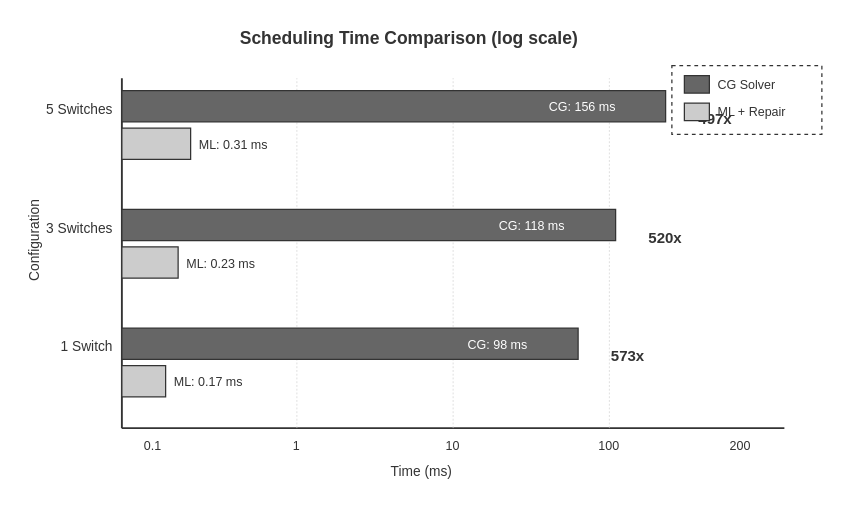
r11525125/- keeps this draw.io diagram as time_comparison.drawio. Above is the earlier version. Source tidied: cells renumbered, new cells numbered last; positions are measured from the earlier drawing's top-left corner, leaving out a move shared by most shapes. Both pictures are drawn from the tidied source at 125%, with x=0, y=0 at pixel (-16, 21).
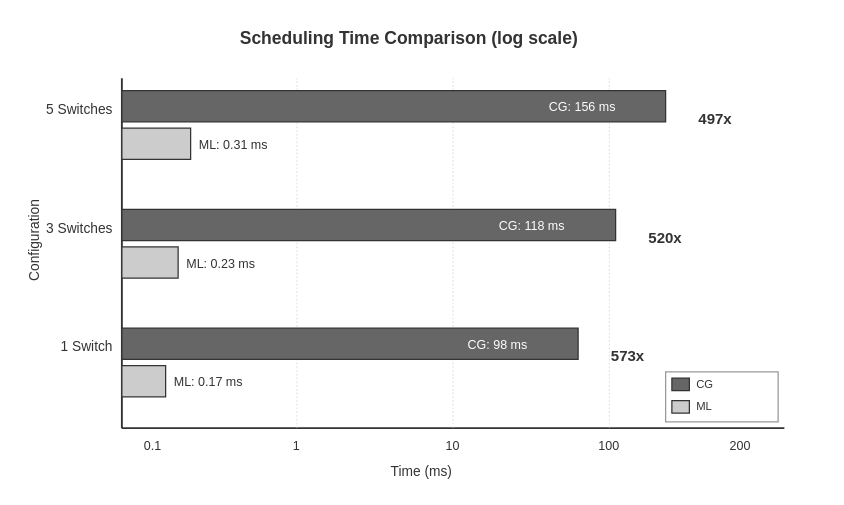
Above is the later version.

Commit message (it also covers changes not shown here):
Move legend to bottom right corner and make smaller

🤖 Generated with [Claude Code](https://claude.com/claude-code)

Diff of the diagram source:
```diff
@@
-    <mxCell id="33" style="rounded=0;whiteSpace=wrap;html=1;fillColor=none;strokeColor=#333333;strokeWidth=1;dashed=1;" parent="1" vertex="1">
-      <mxGeometry x="550" y="35" width="120" height="55" as="geometry" />
+    <mxCell id="33" style="rounded=0;whiteSpace=wrap;html=1;fillColor=#FFFFFF;strokeColor=#999999;strokeWidth=1;" parent="1" vertex="1">
+      <mxGeometry x="545" y="280" width="90" height="40" as="geometry" />
     </mxCell>
     <mxCell id="34" style="rounded=0;whiteSpace=wrap;html=1;fillColor=#666666;strokeColor=#333333;strokeWidth=1;" parent="1" vertex="1">
-      <mxGeometry x="560" y="43" width="20" height="14" as="geometry" />
+      <mxGeometry x="550" y="285" width="14" height="10" as="geometry" />
     </mxCell>
-    <mxCell id="35" value="CG Solver" style="text;html=1;strokeColor=none;fillColor=none;align=left;verticalAlign=middle;whiteSpace=wrap;rounded=0;fontSize=10;fontColor=#333333;" parent="1" vertex="1">
-      <mxGeometry x="585" y="40" width="70" height="20" as="geometry" />
+    <mxCell id="35" value="CG" style="text;html=1;strokeColor=none;fillColor=none;align=left;verticalAlign=middle;whiteSpace=wrap;rounded=0;fontSize=9;fontColor=#333333;" parent="1" vertex="1">
+      <mxGeometry x="568" y="282" width="30" height="16" as="geometry" />
     </mxCell>
     <mxCell id="36" style="rounded=0;whiteSpace=wrap;html=1;fillColor=#CCCCCC;strokeColor=#333333;strokeWidth=1;" parent="1" vertex="1">
-      <mxGeometry x="560" y="65" width="20" height="14" as="geometry" />
+      <mxGeometry x="550" y="303" width="14" height="10" as="geometry" />
     </mxCell>
-    <mxCell id="37" value="ML + Repair" style="text;html=1;strokeColor=none;fillColor=none;align=left;verticalAlign=middle;whiteSpace=wrap;rounded=0;fontSize=10;fontColor=#333333;" parent="1" vertex="1">
-      <mxGeometry x="585" y="62" width="75" height="20" as="geometry" />
+    <mxCell id="37" value="ML" style="text;html=1;strokeColor=none;fillColor=none;align=left;verticalAlign=middle;whiteSpace=wrap;rounded=0;fontSize=9;fontColor=#333333;" parent="1" vertex="1">
+      <mxGeometry x="568" y="300" width="30" height="16" as="geometry" />
     </mxCell>
```
